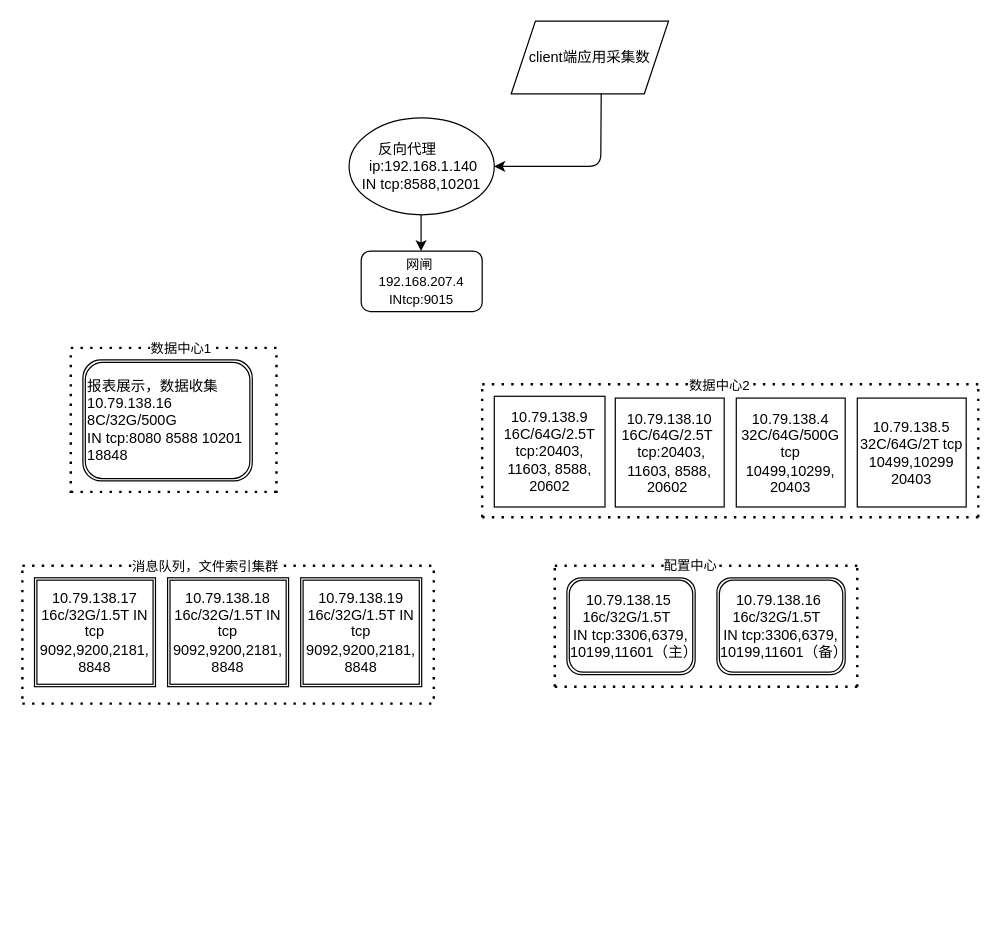
Above: 江苏人社.drawio in zeng0550/free-programming-books (draw.io), before the change. Source tidied: cells renumbered, new cells numbered last; positions are measured from the earlier drawing's top-left corner, leaving out a move shared by most shapes. Both pictures are drawn from the tidied source at 121%, with x=0, y=0 at pixel (22, 21).
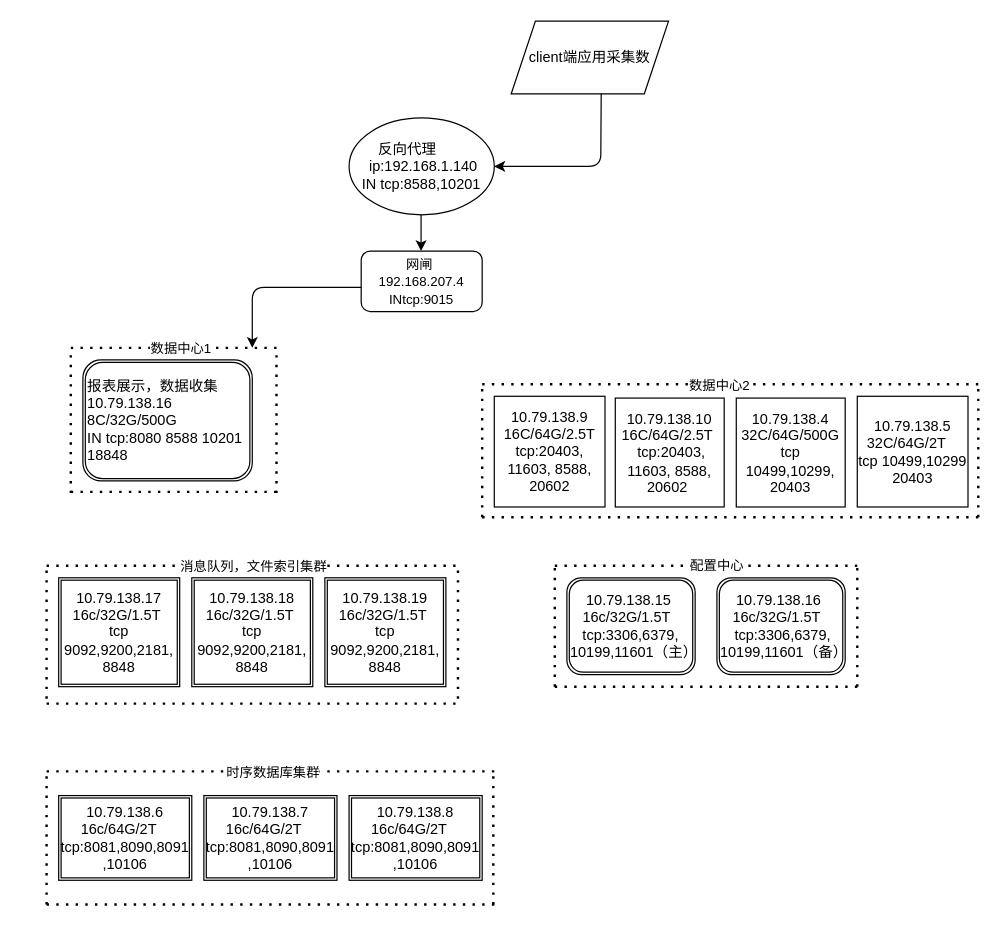
After the change.

Commit message:
更新江苏人社.drawio

Unchanged cells that the change refers to:
```xml
<mxCell id="34" style="endArrow=none;dashed=1;html=1;dashPattern=1 3;strokeWidth=2;" parent="1" edge="1">
  <mxGeometry relative="1" as="geometry">
    <mxPoint x="440" y="450" as="sourcePoint" />
    <mxPoint x="690" y="450" as="targetPoint" />
  </mxGeometry>
</mxCell>
```

Diff of the diagram source:
```diff
@@
-    <mxCell id="9" value="&lt;span&gt;10.79.138.5 32C/64G/2T tcp 10499,10299 20403&lt;/span&gt;" style="whiteSpace=wrap;html=1;" parent="1" vertex="1">
-      <mxGeometry x="690" y="311.5" width="90" height="90" as="geometry" />
+    <mxCell id="9" value="&lt;span&gt;10.79.138.5 32C/64G/2T&amp;nbsp; &amp;nbsp; tcp 10499,10299 20403&lt;/span&gt;" style="whiteSpace=wrap;html=1;" parent="1" vertex="1">
+      <mxGeometry x="690" y="310" width="91.5" height="91.5" as="geometry" />
     </mxCell>
@@
-    <mxCell id="22" value="10.79.138.17&lt;br&gt;16c/32G/1.5T IN tcp 9092,9200,2181, 8848" style="shape=ext;double=1;rounded=0;whiteSpace=wrap;html=1;" parent="1" vertex="1">
-      <mxGeometry x="10" y="460" width="100" height="90" as="geometry" />
+    <mxCell id="22" value="10.79.138.17&lt;br&gt;16c/32G/1.5T&amp;nbsp; tcp 9092,9200,2181, 8848" style="shape=ext;double=1;rounded=0;whiteSpace=wrap;html=1;" parent="1" vertex="1">
+      <mxGeometry x="30" y="460" width="100" height="90" as="geometry" />
     </mxCell>
-    <mxCell id="23" value="10.79.138.18&lt;br&gt;16c/32G/1.5T IN tcp 9092,9200,2181, 8848" style="shape=ext;double=1;rounded=0;whiteSpace=wrap;html=1;" parent="1" vertex="1">
-      <mxGeometry x="120" y="460" width="100" height="90" as="geometry" />
+    <mxCell id="23" value="10.79.138.18&lt;br&gt;16c/32G/1.5T&amp;nbsp; tcp 9092,9200,2181, 8848" style="shape=ext;double=1;rounded=0;whiteSpace=wrap;html=1;" parent="1" vertex="1">
+      <mxGeometry x="140" y="460" width="100" height="90" as="geometry" />
     </mxCell>
-    <mxCell id="24" value="10.79.138.19&lt;br&gt;16c/32G/1.5T IN tcp 9092,9200,2181, 8848" style="shape=ext;double=1;rounded=0;whiteSpace=wrap;html=1;" parent="1" vertex="1">
-      <mxGeometry x="230" y="460" width="100" height="90" as="geometry" />
+    <mxCell id="24" value="10.79.138.19&lt;br&gt;16c/32G/1.5T&amp;nbsp; tcp 9092,9200,2181, 8848" style="shape=ext;double=1;rounded=0;whiteSpace=wrap;html=1;" parent="1" vertex="1">
+      <mxGeometry x="250" y="460" width="100" height="90" as="geometry" />
     </mxCell>
     <mxCell id="25" style="endArrow=none;dashed=1;html=1;dashPattern=1 3;strokeWidth=2;" parent="1" edge="1">
       <mxGeometry relative="1" as="geometry">
-        <mxPoint y="560" as="sourcePoint" />
-        <mxPoint y="450" as="targetPoint" />
+        <mxPoint x="20" y="560" as="sourcePoint" />
+        <mxPoint x="20" y="450" as="targetPoint" />
       </mxGeometry>
     </mxCell>
     <mxCell id="26" style="endArrow=none;dashed=1;html=1;dashPattern=1 3;strokeWidth=2;" parent="1" edge="1">
       <mxGeometry relative="1" as="geometry">
-        <mxPoint x="340" y="560" as="sourcePoint" />
-        <mxPoint x="340" y="450" as="targetPoint" />
+        <mxPoint x="360" y="560" as="sourcePoint" />
+        <mxPoint x="360" y="450" as="targetPoint" />
       </mxGeometry>
     </mxCell>
     <mxCell id="27" style="endArrow=none;dashed=1;html=1;dashPattern=1 3;strokeWidth=2;" parent="1" edge="1">
       <mxGeometry relative="1" as="geometry">
-        <mxPoint y="450" as="sourcePoint" />
-        <mxPoint x="340" y="450" as="targetPoint" />
+        <mxPoint x="20" y="450" as="sourcePoint" />
+        <mxPoint x="360" y="450" as="targetPoint" />
       </mxGeometry>
     </mxCell>
     <mxCell id="28" value="消息队列，文件索引集群" style="edgeLabel;html=1;align=center;verticalAlign=middle;" parent="27" vertex="1">
       <mxGeometry x="-0.2" y="6" relative="1" as="geometry">
-        <mxPoint x="14" y="6" as="offset" />
+        <mxPoint x="34" y="6" as="offset" />
       </mxGeometry>
     </mxCell>
     <mxCell id="29" style="endArrow=none;dashed=1;html=1;dashPattern=1 3;strokeWidth=2;" parent="1" edge="1">
       <mxGeometry relative="1" as="geometry">
-        <mxPoint y="564" as="sourcePoint" />
-        <mxPoint x="340" y="564" as="targetPoint" />
+        <mxPoint x="20" y="564" as="sourcePoint" />
+        <mxPoint x="360" y="564" as="targetPoint" />
       </mxGeometry>
     </mxCell>
-    <mxCell id="30" value="10.79.138.15&amp;nbsp; &amp;nbsp;16c/32G/1.5T&amp;nbsp; &amp;nbsp; IN tcp:3306,6379, 10199,11601（主）" style="shape=ext;double=1;rounded=1;whiteSpace=wrap;html=1;" parent="1" vertex="1">
+    <mxCell id="30" value="10.79.138.15&amp;nbsp; &amp;nbsp;16c/32G/1.5T&amp;nbsp; &amp;nbsp; tcp:3306,6379, 10199,11601（主）" style="shape=ext;double=1;rounded=1;whiteSpace=wrap;html=1;" parent="1" vertex="1">
       <mxGeometry x="450" y="460" width="106" height="80" as="geometry" />
     </mxCell>
-    <mxCell id="31" value="&lt;span&gt;10.79.138.16&amp;nbsp; &amp;nbsp;16c/32G/1.5T&amp;nbsp; &amp;nbsp; IN tcp:3306,6379, 10199,11601（备）&lt;/span&gt;" style="shape=ext;double=1;rounded=1;whiteSpace=wrap;html=1;" parent="1" vertex="1">
+    <mxCell id="31" value="&lt;span&gt;10.79.138.16&amp;nbsp; &amp;nbsp;16c/32G/1.5T&amp;nbsp; &amp;nbsp; &amp;nbsp;tcp:3306,6379, 10199,11601（备）&lt;/span&gt;" style="shape=ext;double=1;rounded=1;whiteSpace=wrap;html=1;" parent="1" vertex="1">
       <mxGeometry x="574" y="460" width="106" height="80" as="geometry" />
     </mxCell>
@@
     <mxCell id="35" value="配置中心" style="edgeLabel;html=1;align=center;verticalAlign=middle;" parent="34" vertex="1">
-      <mxGeometry x="-0.11" y="1" relative="1" as="geometry" />
+      <mxGeometry x="-0.11" y="1" relative="1" as="geometry">
+        <mxPoint x="22" as="offset" />
+      </mxGeometry>
     </mxCell>
@@
+    <mxCell id="37" value="10.79.138.6 16c/64G/2T&amp;nbsp; &amp;nbsp; tcp:8081,8090,8091&lt;br&gt;,10106" style="shape=ext;double=1;rounded=0;whiteSpace=wrap;html=1;" parent="1" vertex="1">
+      <mxGeometry x="30" y="640" width="110" height="70" as="geometry" />
+    </mxCell>
+    <mxCell id="38" value="10.79.138.7 16c/64G/2T&amp;nbsp; &amp;nbsp; tcp:8081,8090,8091&lt;br&gt;,10106" style="shape=ext;double=1;rounded=0;whiteSpace=wrap;html=1;" parent="1" vertex="1">
+      <mxGeometry x="150" y="640" width="110" height="70" as="geometry" />
+    </mxCell>
+    <mxCell id="39" value="10.79.138.8 16c/64G/2T&amp;nbsp; &amp;nbsp; tcp:8081,8090,8091&lt;br&gt;,10106" style="shape=ext;double=1;rounded=0;whiteSpace=wrap;html=1;" parent="1" vertex="1">
+      <mxGeometry x="270" y="640" width="110" height="70" as="geometry" />
+    </mxCell>
+    <mxCell id="40" style="endArrow=none;dashed=1;html=1;dashPattern=1 3;strokeWidth=2;" parent="1" edge="1">
+      <mxGeometry relative="1" as="geometry">
+        <mxPoint x="20" y="730" as="sourcePoint" />
+        <mxPoint x="20" y="620" as="targetPoint" />
+      </mxGeometry>
+    </mxCell>
+    <mxCell id="41" style="endArrow=none;dashed=1;html=1;dashPattern=1 3;strokeWidth=2;" parent="1" edge="1">
+      <mxGeometry relative="1" as="geometry">
+        <mxPoint x="389.2" y="730" as="sourcePoint" />
+        <mxPoint x="389.2" y="620" as="targetPoint" />
+        <Array as="points">
+          <mxPoint x="389.2" y="680" />
+        </Array>
+      </mxGeometry>
+    </mxCell>
+    <mxCell id="42" style="endArrow=none;dashed=1;html=1;dashPattern=1 3;strokeWidth=2;" parent="1" edge="1">
+      <mxGeometry relative="1" as="geometry">
+        <mxPoint x="20" y="620" as="sourcePoint" />
+        <mxPoint x="390" y="620" as="targetPoint" />
+      </mxGeometry>
+    </mxCell>
+    <mxCell id="43" value="时序数据库集群" style="edgeLabel;html=1;align=center;verticalAlign=middle;" parent="42" vertex="1">
+      <mxGeometry x="-0.13" y="-2" relative="1" as="geometry">
+        <mxPoint x="25" y="-2" as="offset" />
+      </mxGeometry>
+    </mxCell>
+    <mxCell id="44" style="endArrow=none;dashed=1;html=1;dashPattern=1 3;strokeWidth=2;" parent="1" edge="1">
+      <mxGeometry relative="1" as="geometry">
+        <mxPoint x="20" y="730" as="sourcePoint" />
+        <mxPoint x="390" y="730" as="targetPoint" />
+      </mxGeometry>
+    </mxCell>
+    <mxCell id="45" style="endArrow=classic;html=1;" parent="1" edge="1">
+      <mxGeometry relative="1" as="geometry">
+        <mxPoint x="280" y="220" as="sourcePoint" />
+        <mxPoint x="190" y="270" as="targetPoint" />
+        <Array as="points">
+          <mxPoint x="190" y="220" />
+        </Array>
+      </mxGeometry>
+    </mxCell>
```
